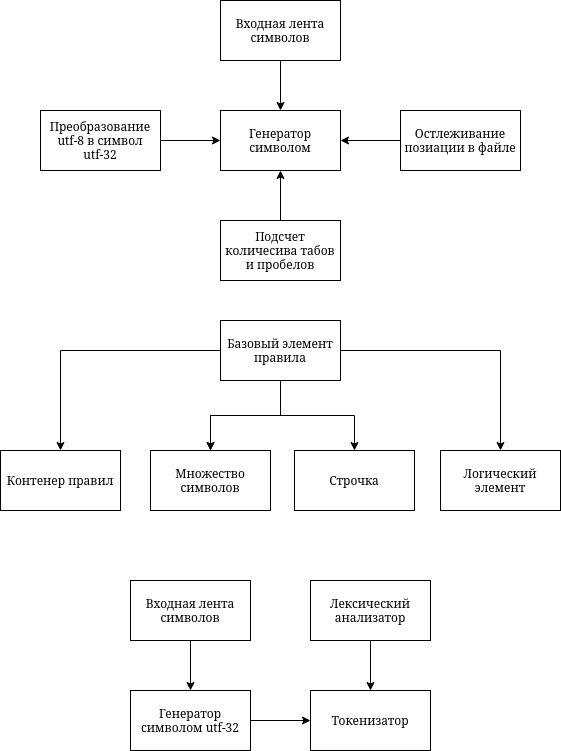
Above: Untitled Diagram.drawio.png in Vaskozlov/test (draw.io), before the change. Source tidied: cells renumbered, new cells last; positions are measured from the earlier drawing's top-left corner, leaving out a move shared by most shapes.
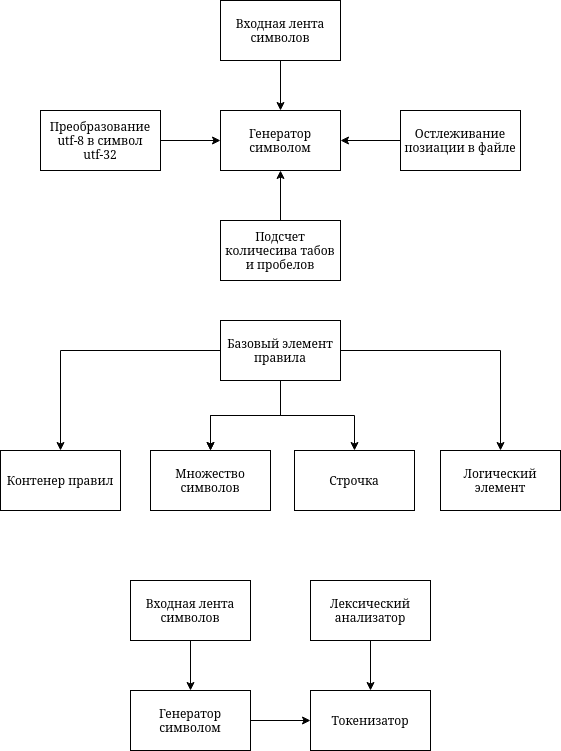
The same diagram one commit later.

What changed in the source:
```diff
@@ -47,7 +47,7 @@
     <mxCell id="16" style="edgeStyle=orthogonalEdgeStyle;rounded=0;jettySize=auto;html=1;" parent="1" edge="1" source="17" target="13">
       <mxGeometry relative="1" as="geometry" />
     </mxCell>
-    <mxCell id="17" value="Генератор символом utf-32" style="whiteSpace=wrap;html=1;rounded=0;" parent="1" vertex="1">
+    <mxCell id="17" value="Генератор символом" style="whiteSpace=wrap;html=1;rounded=0;" parent="1" vertex="1">
       <mxGeometry x="130" y="690" width="120" height="60" as="geometry" />
     </mxCell>
     <mxCell id="18" style="edgeStyle=orthogonalEdgeStyle;rounded=0;jettySize=auto;html=1;" parent="1" edge="1" source="23" target="24">
```
